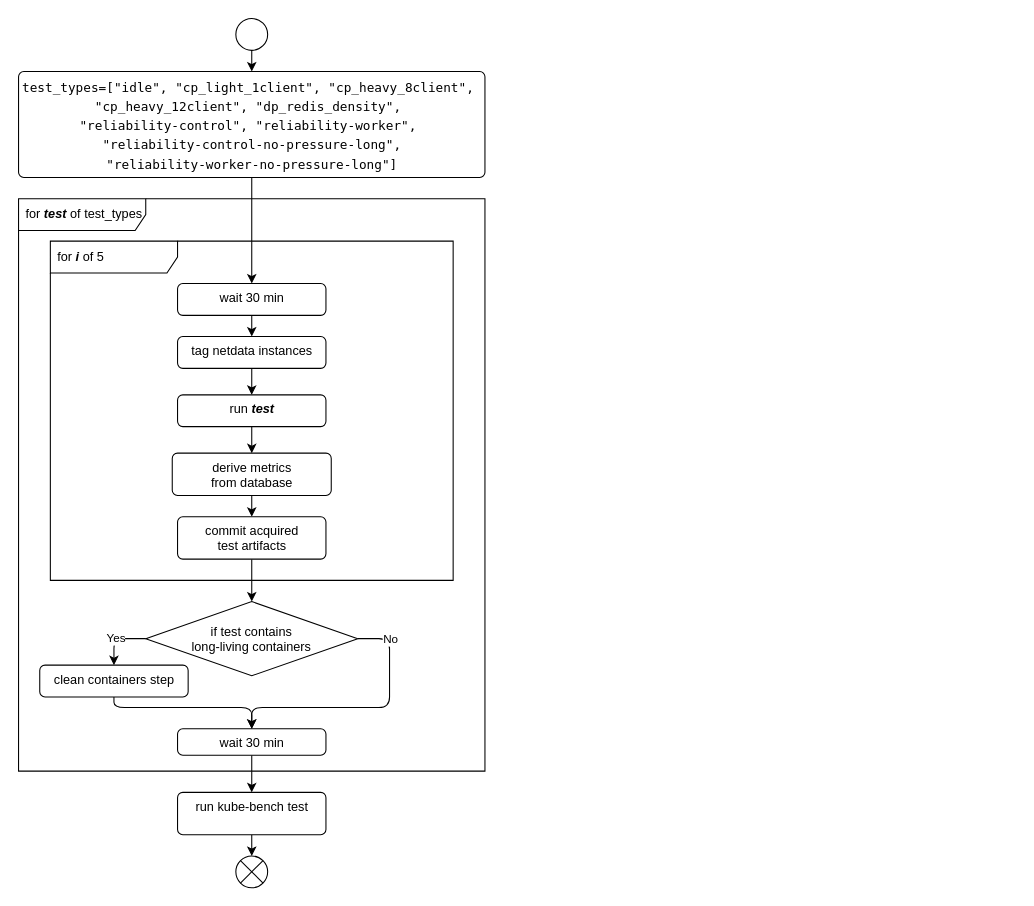
Above: src/diagrams/test_flow.drawio in DiyazY/iot-edge (draw.io), before the change. Source tidied: cells renumbered, new cells numbered last; positions are measured from the earlier drawing's top-left corner, leaving out a move shared by most shapes. Both pictures are drawn from the tidied source at 106%, with x=0, y=0 at pixel (18, 18).
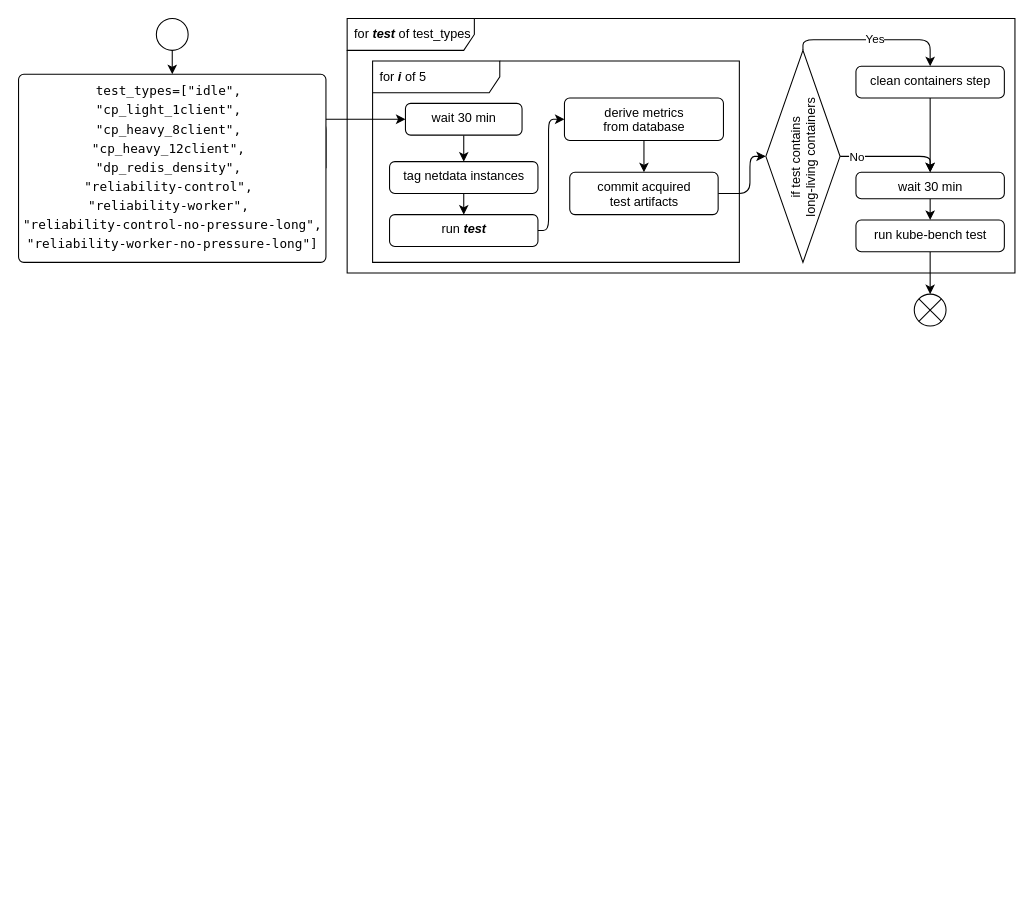
The same diagram, later.

Commit message (it also covers changes not shown here):
made some changes to diagrams

What changed in the source:
```diff
@@
-    <mxCell id="2" style="edgeStyle=orthogonalEdgeStyle;html=1;exitX=0.5;exitY=1;exitDx=0;exitDy=0;entryX=0.5;entryY=0;entryDx=0;entryDy=0;" parent="1" edge="1" source="3" target="6">
+    <mxCell id="2" style="edgeStyle=orthogonalEdgeStyle;html=1;exitX=0.5;exitY=1;exitDx=0;exitDy=0;" parent="1" edge="1" source="3" target="6">
       <mxGeometry relative="1" as="geometry" />
     </mxCell>
     <mxCell id="3" style="ellipse;" parent="1" vertex="1">
-      <mxGeometry x="205" width="30" height="30" as="geometry" />
+      <mxGeometry x="130" width="30" height="30" as="geometry" />
     </mxCell>
     <mxCell id="4" style="shape=sumEllipse;perimeter=ellipsePerimeter;whiteSpace=wrap;html=1;backgroundOutline=1;" parent="1" vertex="1">
-      <mxGeometry x="205" y="790" width="30" height="30" as="geometry" />
+      <mxGeometry x="845" y="260" width="30" height="30" as="geometry" />
     </mxCell>
-    <mxCell id="5" style="edgeStyle=orthogonalEdgeStyle;html=1;exitX=0.5;exitY=1;exitDx=0;exitDy=0;" parent="1" edge="1" source="6" target="10">
-      <mxGeometry relative="1" as="geometry" />
+    <mxCell id="5" style="edgeStyle=orthogonalEdgeStyle;html=1;exitX=1;exitY=0.5;exitDx=0;exitDy=0;entryX=0;entryY=0.5;entryDx=0;entryDy=0;" parent="1" edge="1" source="6" target="10">
+      <mxGeometry relative="1" as="geometry">
+        <Array as="points">
+          <mxPoint x="180" y="95" />
+          <mxPoint x="180" y="95" />
+        </Array>
+      </mxGeometry>
     </mxCell>
-    <mxCell id="6" value="&lt;div style=&quot;font-family: Menlo, Monaco, &amp;quot;Courier New&amp;quot;, monospace; line-height: 18px;&quot;&gt;&lt;div style=&quot;line-height: 18px;&quot;&gt;test_types=[&quot;idle&quot;, &quot;cp_light_1client&quot;, &quot;cp_heavy_8client&quot;,&amp;nbsp;&lt;/div&gt;&lt;div style=&quot;line-height: 18px;&quot;&gt;&quot;cp_heavy_12client&quot;, &quot;dp_redis_density&quot;,&amp;nbsp;&lt;/div&gt;&lt;div style=&quot;line-height: 18px;&quot;&gt;&quot;reliability-control&quot;, &quot;reliability-worker&quot;,&amp;nbsp;&lt;/div&gt;&lt;div style=&quot;line-height: 18px;&quot;&gt;&quot;reliability-control-no-pressure-long&quot;,&lt;/div&gt;&lt;div style=&quot;line-height: 18px;&quot;&gt;&quot;reliability-worker-no-pressure-long&quot;]&lt;/div&gt;&lt;/div&gt;" style="html=1;align=center;verticalAlign=top;rounded=1;absoluteArcSize=1;arcSize=10;dashed=0;" parent="1" vertex="1">
-      <mxGeometry y="50" width="440" height="100" as="geometry" />
+    <mxCell id="6" value="&lt;div style=&quot;font-family: Menlo, Monaco, &amp;quot;Courier New&amp;quot;, monospace; line-height: 18px;&quot;&gt;&lt;div style=&quot;line-height: 18px;&quot;&gt;test_types=[&lt;span style=&quot;background-color: initial;&quot;&gt;&quot;idle&quot;,&amp;nbsp;&lt;/span&gt;&lt;/div&gt;&lt;div style=&quot;line-height: 18px;&quot;&gt;&quot;cp_light_1client&quot;,&amp;nbsp;&lt;/div&gt;&lt;div style=&quot;line-height: 18px;&quot;&gt;&quot;cp_heavy_8client&quot;,&amp;nbsp;&lt;/div&gt;&lt;div style=&quot;line-height: 18px;&quot;&gt;&quot;cp_heavy_12client&quot;,&amp;nbsp;&lt;/div&gt;&lt;div style=&quot;line-height: 18px;&quot;&gt;&quot;dp_redis_density&quot;,&amp;nbsp;&lt;/div&gt;&lt;div style=&quot;line-height: 18px;&quot;&gt;&quot;reliability-control&quot;,&amp;nbsp;&lt;/div&gt;&lt;div style=&quot;line-height: 18px;&quot;&gt;&quot;reliability-worker&quot;,&amp;nbsp;&lt;/div&gt;&lt;div style=&quot;line-height: 18px;&quot;&gt;&quot;reliability-control-no-pressure-long&quot;,&lt;/div&gt;&lt;div style=&quot;line-height: 18px;&quot;&gt;&quot;reliability-worker-no-pressure-long&quot;&lt;span style=&quot;background-color: initial;&quot;&gt;]&lt;/span&gt;&lt;/div&gt;&lt;/div&gt;" style="html=1;align=center;verticalAlign=top;rounded=1;absoluteArcSize=1;arcSize=10;dashed=0;" parent="1" vertex="1">
+      <mxGeometry y="52.5" width="290" height="177.5" as="geometry" />
     </mxCell>
     <mxCell id="7" value="for &lt;b&gt;&lt;i&gt;test&lt;/i&gt;&lt;/b&gt; of test_types" style="shape=umlFrame;whiteSpace=wrap;html=1;width=120;height=30;boundedLbl=1;verticalAlign=middle;align=left;spacingLeft=5;labelBackgroundColor=none;" parent="1" vertex="1">
-      <mxGeometry y="170" width="440" height="540" as="geometry" />
+      <mxGeometry x="310" width="630" height="240" as="geometry" />
     </mxCell>
     <mxCell id="8" value="for &lt;b&gt;&lt;i&gt;i&lt;/i&gt;&lt;/b&gt; of 5" style="shape=umlFrame;whiteSpace=wrap;html=1;width=120;height=30;boundedLbl=1;verticalAlign=middle;align=left;spacingLeft=5;labelBackgroundColor=none;" parent="1" vertex="1">
-      <mxGeometry x="30" y="210" width="380" height="320" as="geometry" />
+      <mxGeometry x="334" y="40" width="346" height="190" as="geometry" />
     </mxCell>
@@
     <mxCell id="10" value="wait 30 min" style="html=1;align=center;verticalAlign=top;rounded=1;absoluteArcSize=1;arcSize=10;dashed=0;labelBackgroundColor=none;" parent="1" vertex="1">
-      <mxGeometry x="150" y="250" width="140" height="30" as="geometry" />
+      <mxGeometry x="365" y="80" width="110" height="30" as="geometry" />
     </mxCell>
@@
     <mxCell id="12" value="tag netdata instances" style="html=1;align=center;verticalAlign=top;rounded=1;absoluteArcSize=1;arcSize=10;dashed=0;labelBackgroundColor=none;" parent="1" vertex="1">
-      <mxGeometry x="150" y="300" width="140" height="30" as="geometry" />
+      <mxGeometry x="350" y="135" width="140" height="30" as="geometry" />
     </mxCell>
-    <mxCell id="13" style="edgeStyle=orthogonalEdgeStyle;html=1;exitX=0.5;exitY=1;exitDx=0;exitDy=0;" parent="1" edge="1" source="14" target="16">
-      <mxGeometry relative="1" as="geometry" />
+    <mxCell id="13" style="edgeStyle=orthogonalEdgeStyle;html=1;exitX=1;exitY=0.5;exitDx=0;exitDy=0;entryX=0;entryY=0.5;entryDx=0;entryDy=0;" parent="1" edge="1" source="14" target="16">
+      <mxGeometry relative="1" as="geometry">
+        <Array as="points">
+          <mxPoint x="500" y="200" />
+          <mxPoint x="500" y="95" />
+        </Array>
+      </mxGeometry>
     </mxCell>
     <mxCell id="14" value="run &lt;b&gt;&lt;i&gt;test&lt;/i&gt;&lt;/b&gt;" style="html=1;align=center;verticalAlign=top;rounded=1;absoluteArcSize=1;arcSize=10;dashed=0;labelBackgroundColor=none;" parent="1" vertex="1">
-      <mxGeometry x="150" y="355" width="140" height="30" as="geometry" />
+      <mxGeometry x="350" y="185" width="140" height="30" as="geometry" />
     </mxCell>
@@
     <mxCell id="16" value="derive metrics &lt;br&gt;from database" style="html=1;align=center;verticalAlign=top;rounded=1;absoluteArcSize=1;arcSize=10;dashed=0;labelBackgroundColor=none;" parent="1" vertex="1">
-      <mxGeometry x="145" y="410" width="150" height="40" as="geometry" />
+      <mxGeometry x="515" y="75" width="150" height="40" as="geometry" />
     </mxCell>
-    <mxCell id="17" style="edgeStyle=orthogonalEdgeStyle;html=1;exitX=0.5;exitY=1;exitDx=0;exitDy=0;" parent="1" edge="1" source="18" target="26">
-      <mxGeometry relative="1" as="geometry" />
+    <mxCell id="17" style="edgeStyle=orthogonalEdgeStyle;html=1;exitX=1;exitY=0.5;exitDx=0;exitDy=0;entryX=0.5;entryY=0;entryDx=0;entryDy=0;" parent="1" edge="1" source="18" target="26">
+      <mxGeometry relative="1" as="geometry">
+        <Array as="points">
+          <mxPoint x="690" y="165" />
+          <mxPoint x="690" y="130" />
+        </Array>
+      </mxGeometry>
     </mxCell>
     <mxCell id="18" value="commit acquired &lt;br&gt;test artifacts" style="html=1;align=center;verticalAlign=top;rounded=1;absoluteArcSize=1;arcSize=10;dashed=0;labelBackgroundColor=none;" parent="1" vertex="1">
-      <mxGeometry x="150" y="470" width="140" height="40" as="geometry" />
+      <mxGeometry x="520" y="145" width="140" height="40" as="geometry" />
     </mxCell>
@@
     <mxCell id="20" value="wait 30 min" style="html=1;align=center;verticalAlign=top;rounded=1;absoluteArcSize=1;arcSize=10;dashed=0;labelBackgroundColor=none;" parent="1" vertex="1">
-      <mxGeometry x="150" y="670" width="140" height="25" as="geometry" />
+      <mxGeometry x="790" y="145" width="140" height="25" as="geometry" />
     </mxCell>
@@
     <mxCell id="22" value="run kube-bench test" style="html=1;align=center;verticalAlign=top;rounded=1;absoluteArcSize=1;arcSize=10;dashed=0;labelBackgroundColor=none;" parent="1" vertex="1">
-      <mxGeometry x="150" y="730" width="140" height="40" as="geometry" />
+      <mxGeometry x="790" y="190" width="140" height="30" as="geometry" />
     </mxCell>
-    <mxCell id="23" value="Yes" style="edgeStyle=orthogonalEdgeStyle;html=1;exitX=0;exitY=0.5;exitDx=0;exitDy=0;entryX=0.5;entryY=0;entryDx=0;entryDy=0;" parent="1" edge="1" source="26" target="28">
+    <mxCell id="23" value="Yes" style="edgeStyle=orthogonalEdgeStyle;html=1;exitX=1;exitY=0.5;exitDx=0;exitDy=0;entryX=0.5;entryY=0;entryDx=0;entryDy=0;" parent="1" edge="1" source="26" target="28">
       <mxGeometry relative="1" as="geometry" />
     </mxCell>
-    <mxCell id="24" style="edgeStyle=orthogonalEdgeStyle;html=1;entryX=0.5;entryY=0;entryDx=0;entryDy=0;" parent="1" edge="1" source="26" target="20">
+    <mxCell id="24" style="edgeStyle=orthogonalEdgeStyle;html=1;entryX=0.5;entryY=0;entryDx=0;entryDy=0;exitX=0.5;exitY=1;exitDx=0;exitDy=0;" parent="1" edge="1" source="26" target="20">
       <mxGeometry relative="1" as="geometry">
         <Array as="points">
-          <mxPoint x="350" y="585" />
-          <mxPoint x="350" y="650" />
-          <mxPoint x="220" y="650" />
+          <mxPoint x="860" y="130" />
         </Array>
       </mxGeometry>
     </mxCell>
     <mxCell id="25" value="No" style="edgeLabel;html=1;align=center;verticalAlign=middle;" parent="24" vertex="1">
       <mxGeometry x="-0.42" y="2" relative="1" as="geometry">
-        <mxPoint x="-2" y="-41" as="offset" />
+        <mxPoint x="-14" y="2" as="offset" />
       </mxGeometry>
     </mxCell>
-    <mxCell id="26" value="if test contains &#10;long-living containers" style="rhombus;labelBackgroundColor=none;" parent="1" vertex="1">
-      <mxGeometry x="120" y="550" width="200" height="70" as="geometry" />
+    <mxCell id="26" value="if test contains &#10;long-living containers" style="rhombus;labelBackgroundColor=none;rotation=-90;" parent="1" vertex="1">
+      <mxGeometry x="640" y="95" width="200" height="70" as="geometry" />
     </mxCell>
     <mxCell id="27" style="edgeStyle=orthogonalEdgeStyle;html=1;exitX=0.5;exitY=1;exitDx=0;exitDy=0;entryX=0.5;entryY=0;entryDx=0;entryDy=0;" parent="1" edge="1" source="28" target="20">
-      <mxGeometry relative="1" as="geometry">
-        <Array as="points">
-          <mxPoint x="90" y="650" />
-          <mxPoint x="220" y="650" />
-        </Array>
-      </mxGeometry>
+      <mxGeometry relative="1" as="geometry" />
     </mxCell>
     <mxCell id="28" value="clean containers step" style="html=1;align=center;verticalAlign=top;rounded=1;absoluteArcSize=1;arcSize=10;dashed=0;labelBackgroundColor=none;" parent="1" vertex="1">
-      <mxGeometry x="20" y="610" width="140" height="30" as="geometry" />
+      <mxGeometry x="790" y="45" width="140" height="30" as="geometry" />
     </mxCell>
```
